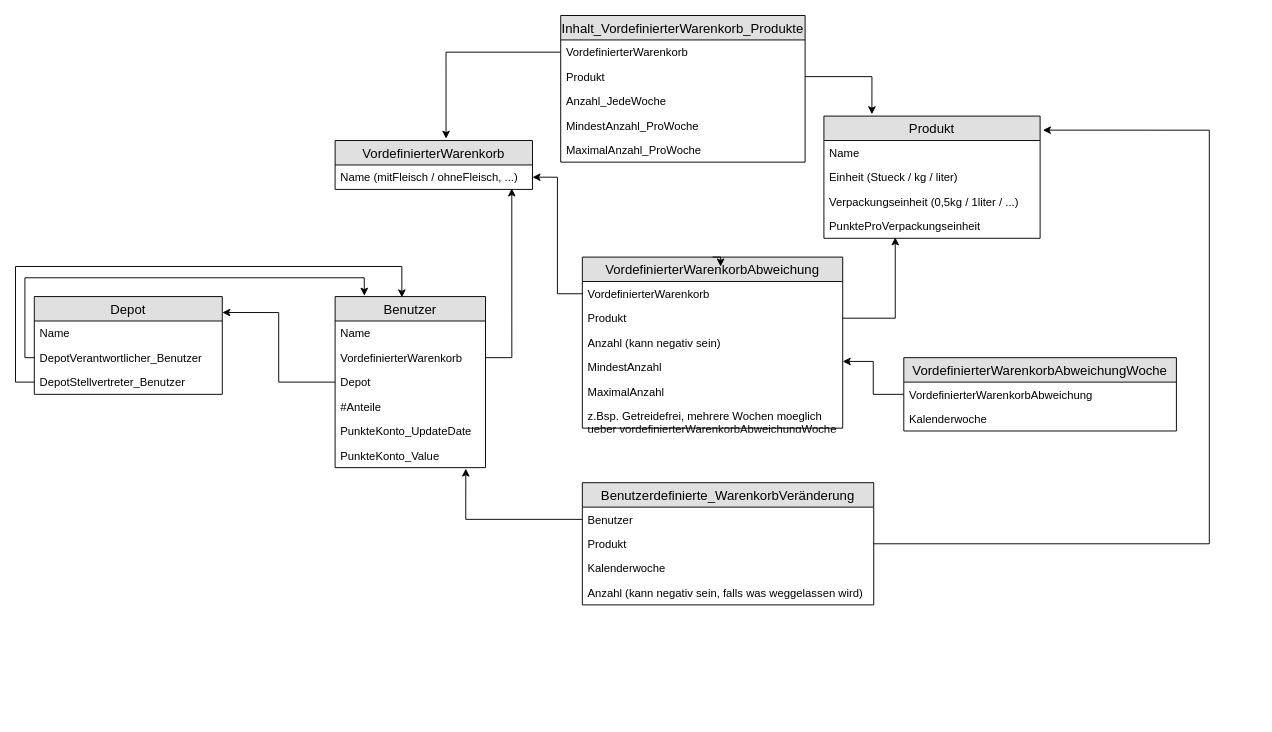
This is solawi_bestellsystem_database_neu.drawio from regenduft/bestellsystem, a draw.io file, before an edit. Source tidied: cells renumbered, new cells numbered last; positions are measured from the earlier drawing's top-left corner, leaving out a move shared by most shapes. Both pictures are drawn from the tidied source at 94%, with x=0, y=0 at pixel (15, 15).
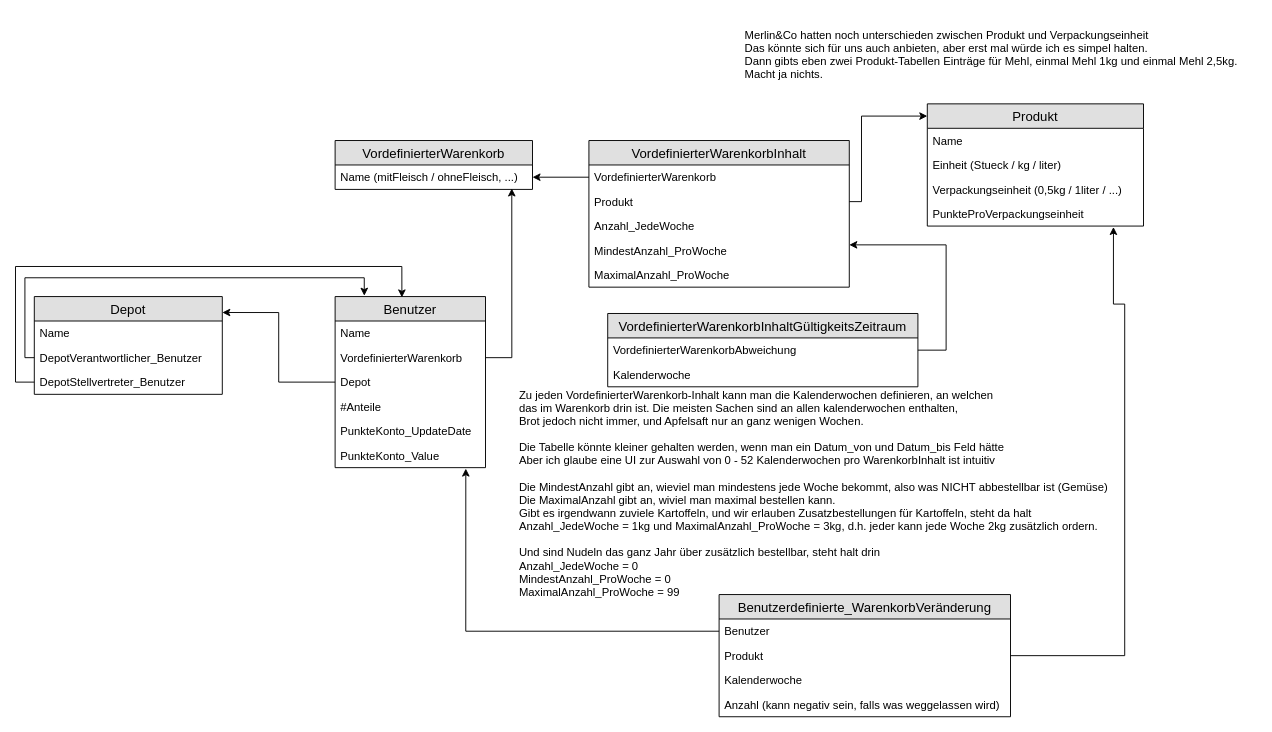
The same page after the edit.

Unchanged cells that the change refers to:
```xml
<mxCell id="6" value="PunkteProVerpackungseinheit" style="text;strokeColor=none;fillColor=none;spacingLeft=4;spacingRight=4;overflow=hidden;points=[[0,0.5],[1,0.5]];portConstraint=eastwest;fontSize=12;" parent="2" vertex="1">
  <mxGeometry y="104" width="230" height="26" as="geometry" />
</mxCell>
<mxCell id="7" value="VordefinierterWarenkorb" style="swimlane;fontStyle=0;horizontal=1;startSize=26;fillColor=#e0e0e0;swimlaneFillColor=#ffffff;align=center;fontSize=14;" parent="1" vertex="1">
  <mxGeometry x="340" y="133" width="210" height="52" as="geometry" />
</mxCell>
<mxCell id="32" value="Produkt" style="text;strokeColor=none;fillColor=none;spacingLeft=4;spacingRight=4;overflow=hidden;points=[[0,0.5],[1,0.5]];portConstraint=eastwest;fontSize=12;" parent="30" vertex="1">
  <mxGeometry y="52" width="310" height="26" as="geometry" />
</mxCell>
<mxCell id="41" value="Produkt" style="text;strokeColor=none;fillColor=none;spacingLeft=4;spacingRight=4;overflow=hidden;points=[[0,0.5],[1,0.5]];portConstraint=eastwest;fontSize=12;" parent="39" vertex="1">
  <mxGeometry y="52" width="277" height="26" as="geometry" />
</mxCell>
```

Diff of the diagram source:
```diff
@@
+    <mxCell id="53" value="Merlin&amp;Co hatten noch unterschieden zwischen Produkt und Verpackungseinheit&#10;Das könnte sich für uns auch anbieten, aber erst mal würde ich es simpel halten.&#10;Dann gibts eben zwei Produkt-Tabellen Einträge für Mehl, einmal Mehl 1kg und einmal Mehl 2,5kg. &#10;Macht ja nichts.&#10;&#10;" style="text;strokeColor=none;fillColor=none;spacingLeft=4;spacingRight=4;overflow=hidden;fontSize=12;" parent="1" vertex="1">
+      <mxGeometry x="770" y="7" width="550" height="106" as="geometry" />
+    </mxCell>
     <mxCell id="2" value="Produkt" style="swimlane;fontStyle=0;horizontal=1;startSize=26;fillColor=#e0e0e0;swimlaneFillColor=#ffffff;align=center;fontSize=14;" parent="1" vertex="1">
-      <mxGeometry x="860" y="107" width="230" height="130" as="geometry" />
+      <mxGeometry x="970" y="94" width="230" height="130" as="geometry" />
     </mxCell>
@@
-    <mxCell id="9" value="Inhalt_VordefinierterWarenkorb_Produkte" style="swimlane;fontStyle=0;horizontal=1;startSize=26;fillColor=#e0e0e0;swimlaneFillColor=#ffffff;align=center;fontSize=14;" parent="1" vertex="1">
-      <mxGeometry x="580" width="260" height="156" as="geometry" />
-    </mxCell>
-    <mxCell id="10" value="VordefinierterWarenkorb" style="text;strokeColor=none;fillColor=none;spacingLeft=4;spacingRight=4;overflow=hidden;points=[[0,0.5],[1,0.5]];portConstraint=eastwest;fontSize=12;" parent="9" vertex="1">
-      <mxGeometry y="26" width="260" height="26" as="geometry" />
-    </mxCell>
-    <mxCell id="11" value="Produkt" style="text;strokeColor=none;fillColor=none;spacingLeft=4;spacingRight=4;overflow=hidden;points=[[0,0.5],[1,0.5]];portConstraint=eastwest;fontSize=12;" parent="9" vertex="1">
-      <mxGeometry y="52" width="260" height="26" as="geometry" />
-    </mxCell>
-    <mxCell id="12" value="Anzahl_JedeWoche" style="text;strokeColor=none;fillColor=none;spacingLeft=4;spacingRight=4;overflow=hidden;fontSize=12;" parent="9" vertex="1">
-      <mxGeometry y="78" width="260" height="26" as="geometry" />
-    </mxCell>
-    <mxCell id="13" value="MindestAnzahl_ProWoche" style="text;strokeColor=none;fillColor=none;spacingLeft=4;spacingRight=4;overflow=hidden;fontSize=12;" parent="9" vertex="1">
-      <mxGeometry y="104" width="260" height="26" as="geometry" />
-    </mxCell>
-    <mxCell id="14" value="MaximalAnzahl_ProWoche" style="text;strokeColor=none;fillColor=none;spacingLeft=4;spacingRight=4;overflow=hidden;fontSize=12;" parent="9" vertex="1">
-      <mxGeometry y="130" width="260" height="26" as="geometry" />
-    </mxCell>
@@
-    <mxCell id="27" style="edgeStyle=orthogonalEdgeStyle;rounded=0;jettySize=auto;html=1;entryX=0.562;entryY=-0.038;entryDx=0;entryDy=0;entryPerimeter=0;" parent="1" edge="1" source="10" target="7">
-      <mxGeometry relative="1" as="geometry" />
-    </mxCell>
-    <mxCell id="28" style="edgeStyle=orthogonalEdgeStyle;rounded=0;jettySize=auto;html=1;entryX=0.222;entryY=-0.015;entryDx=0;entryDy=0;entryPerimeter=0;" parent="1" edge="1" source="11" target="2">
-      <mxGeometry relative="1" as="geometry" />
-    </mxCell>
@@
     <mxCell id="30" value="Benutzerdefinierte_WarenkorbVeränderung" style="swimlane;fontStyle=0;horizontal=1;startSize=26;fillColor=#e0e0e0;swimlaneFillColor=#ffffff;align=center;fontSize=14;" parent="1" vertex="1">
-      <mxGeometry x="603" y="497" width="310" height="130" as="geometry" />
+      <mxGeometry x="748.5" y="616" width="310" height="130" as="geometry" />
     </mxCell>
@@
-    <mxCell id="37" style="edgeStyle=orthogonalEdgeStyle;rounded=0;jettySize=auto;html=1;entryX=1.013;entryY=0.115;entryDx=0;entryDy=0;entryPerimeter=0;" parent="1" edge="1" source="32" target="2">
+    <mxCell id="37" style="edgeStyle=orthogonalEdgeStyle;rounded=0;jettySize=auto;html=1;entryX=0.861;entryY=1.038;entryDx=0;entryDy=0;entryPerimeter=0;exitX=1;exitY=0.5;exitDx=0;exitDy=0;" parent="1" edge="1" source="32" target="6">
       <mxGeometry relative="1" as="geometry">
         <Array as="points">
-          <mxPoint x="1270" y="562" />
-          <mxPoint x="1270" y="122" />
+          <mxPoint x="1180" y="681" />
+          <mxPoint x="1180" y="307" />
+          <mxPoint x="1168" y="307" />
         </Array>
       </mxGeometry>
     </mxCell>
@@
-    <mxCell id="39" value="VordefinierterWarenkorbAbweichung" style="swimlane;fontStyle=0;horizontal=1;startSize=26;fillColor=#e0e0e0;swimlaneFillColor=#ffffff;align=center;fontSize=14;" parent="1" vertex="1">
-      <mxGeometry x="603" y="257" width="277" height="182" as="geometry" />
+    <mxCell id="39" value="VordefinierterWarenkorbInhalt" style="swimlane;fontStyle=0;horizontal=1;startSize=26;fillColor=#e0e0e0;swimlaneFillColor=#ffffff;align=center;fontSize=14;" parent="1" vertex="1">
+      <mxGeometry x="610" y="133" width="277" height="156" as="geometry" />
     </mxCell>
@@
-    <mxCell id="42" value="Anzahl (kann negativ sein)" style="text;strokeColor=none;fillColor=none;spacingLeft=4;spacingRight=4;overflow=hidden;fontSize=12;" parent="39" vertex="1">
+    <mxCell id="42" value="Anzahl_JedeWoche" style="text;strokeColor=none;fillColor=none;spacingLeft=4;spacingRight=4;overflow=hidden;fontSize=12;" parent="39" vertex="1">
       <mxGeometry y="78" width="277" height="26" as="geometry" />
     </mxCell>
-    <mxCell id="43" value="MindestAnzahl" style="text;strokeColor=none;fillColor=none;spacingLeft=4;spacingRight=4;overflow=hidden;points=[[0,0.5],[1,0.5]];portConstraint=eastwest;fontSize=12;" parent="39" vertex="1">
+    <mxCell id="43" value="MindestAnzahl_ProWoche" style="text;strokeColor=none;fillColor=none;spacingLeft=4;spacingRight=4;overflow=hidden;points=[[0,0.5],[1,0.5]];portConstraint=eastwest;fontSize=12;" parent="39" vertex="1">
       <mxGeometry y="104" width="277" height="26" as="geometry" />
     </mxCell>
-    <mxCell id="44" value="MaximalAnzahl" style="text;strokeColor=none;fillColor=none;spacingLeft=4;spacingRight=4;overflow=hidden;fontSize=12;" parent="39" vertex="1">
+    <mxCell id="44" value="MaximalAnzahl_ProWoche" style="text;strokeColor=none;fillColor=none;spacingLeft=4;spacingRight=4;overflow=hidden;fontSize=12;" parent="39" vertex="1">
       <mxGeometry y="130" width="277" height="26" as="geometry" />
     </mxCell>
-    <mxCell id="45" value="z.Bsp. Getreidefrei, mehrere Wochen moeglich &#10;ueber vordefinierterWarenkorbAbweichungWoche" style="text;strokeColor=none;fillColor=none;spacingLeft=4;spacingRight=4;overflow=hidden;fontSize=12;" parent="39" vertex="1">
-      <mxGeometry y="156" width="277" height="26" as="geometry" />
-    </mxCell>
@@
-    <mxCell id="47" style="edgeStyle=orthogonalEdgeStyle;rounded=0;jettySize=auto;html=1;entryX=0.33;entryY=0.962;entryDx=0;entryDy=0;entryPerimeter=0;" parent="1" edge="1" source="41" target="6">
-      <mxGeometry relative="1" as="geometry" />
+    <mxCell id="47" style="edgeStyle=orthogonalEdgeStyle;rounded=0;jettySize=auto;html=1;entryX=0;entryY=0.1;entryDx=0;entryDy=0;entryPerimeter=0;" parent="1" edge="1" source="41" target="2">
+      <mxGeometry relative="1" as="geometry">
+        <Array as="points">
+          <mxPoint x="900" y="198" />
+          <mxPoint x="900" y="107" />
+        </Array>
+      </mxGeometry>
     </mxCell>
-    <mxCell id="48" value="VordefinierterWarenkorbAbweichungWoche" style="swimlane;fontStyle=0;horizontal=1;startSize=26;fillColor=#e0e0e0;swimlaneFillColor=#ffffff;align=center;fontSize=14;" parent="1" vertex="1">
-      <mxGeometry x="945" y="364" width="290" height="78" as="geometry" />
+    <mxCell id="48" value="VordefinierterWarenkorbInhaltGültigkeitsZeitraum" style="swimlane;fontStyle=0;horizontal=1;startSize=26;fillColor=#e0e0e0;swimlaneFillColor=#ffffff;align=center;fontSize=14;" parent="1" vertex="1">
+      <mxGeometry x="630" y="317" width="330" height="78" as="geometry" />
     </mxCell>
     <mxCell id="49" value="VordefinierterWarenkorbAbweichung" style="text;strokeColor=none;fillColor=none;spacingLeft=4;spacingRight=4;overflow=hidden;points=[[0,0.5],[1,0.5]];portConstraint=eastwest;fontSize=12;" parent="48" vertex="1">
-      <mxGeometry y="26" width="290" height="26" as="geometry" />
+      <mxGeometry y="26" width="330" height="26" as="geometry" />
     </mxCell>
     <mxCell id="50" value="Kalenderwoche" style="text;strokeColor=none;fillColor=none;spacingLeft=4;spacingRight=4;overflow=hidden;fontSize=12;" parent="48" vertex="1">
-      <mxGeometry y="52" width="290" height="26" as="geometry" />
+      <mxGeometry y="52" width="330" height="26" as="geometry" />
     </mxCell>
     <mxCell id="51" style="edgeStyle=orthogonalEdgeStyle;rounded=0;jettySize=auto;html=1;entryX=1;entryY=0.269;entryDx=0;entryDy=0;entryPerimeter=0;" parent="1" edge="1" source="49" target="43">
-      <mxGeometry relative="1" as="geometry" />
+      <mxGeometry relative="1" as="geometry">
+        <Array as="points">
+          <mxPoint x="990" y="356" />
+          <mxPoint x="990" y="244" />
+        </Array>
+      </mxGeometry>
     </mxCell>
-    <mxCell id="52" style="edgeStyle=orthogonalEdgeStyle;rounded=0;orthogonalLoop=1;jettySize=auto;html=1;exitX=0.5;exitY=0;exitDx=0;exitDy=0;entryX=0.531;entryY=0.055;entryDx=0;entryDy=0;entryPerimeter=0;" parent="1" edge="1" source="39" target="39">
-      <mxGeometry relative="1" as="geometry" />
-    </mxCell>
+    <mxCell id="54" value="Zu jeden VordefinierterWarenkorb-Inhalt kann man die Kalenderwochen definieren, an welchen&#10;das im Warenkorb drin ist. Die meisten Sachen sind an allen kalenderwochen enthalten,&#10;Brot jedoch nicht immer, und Apfelsaft nur an ganz wenigen Wochen.&#10;&#10;Die Tabelle könnte kleiner gehalten werden, wenn man ein Datum_von und Datum_bis Feld hätte&#10;Aber ich glaube eine UI zur Auswahl von 0 - 52 Kalenderwochen pro WarenkorbInhalt ist intuitiv&#10;&#10;Die MindestAnzahl gibt an, wieviel man mindestens jede Woche bekommt, also was NICHT abbestellbar ist (Gemüse)&#10;Die MaximalAnzahl gibt an, wiviel man maximal bestellen kann.&#10;Gibt es irgendwann zuviele Kartoffeln, und wir erlauben Zusatzbestellungen für Kartoffeln, steht da halt &#10;Anzahl_JedeWoche = 1kg und MaximalAnzahl_ProWoche = 3kg, d.h. jeder kann jede Woche 2kg zusätzlich ordern.&#10;&#10;Und sind Nudeln das ganz Jahr über zusätzlich bestellbar, steht halt drin&#10;Anzahl_JedeWoche = 0&#10;MindestAnzahl_ProWoche = 0&#10;MaximalAnzahl_ProWoche = 99&#10;&#10;" style="text;strokeColor=none;fillColor=none;spacingLeft=4;spacingRight=4;overflow=hidden;fontSize=12;" parent="1" vertex="1">
+      <mxGeometry x="530" y="390" width="660" height="226" as="geometry" />
+    </mxCell>
```
